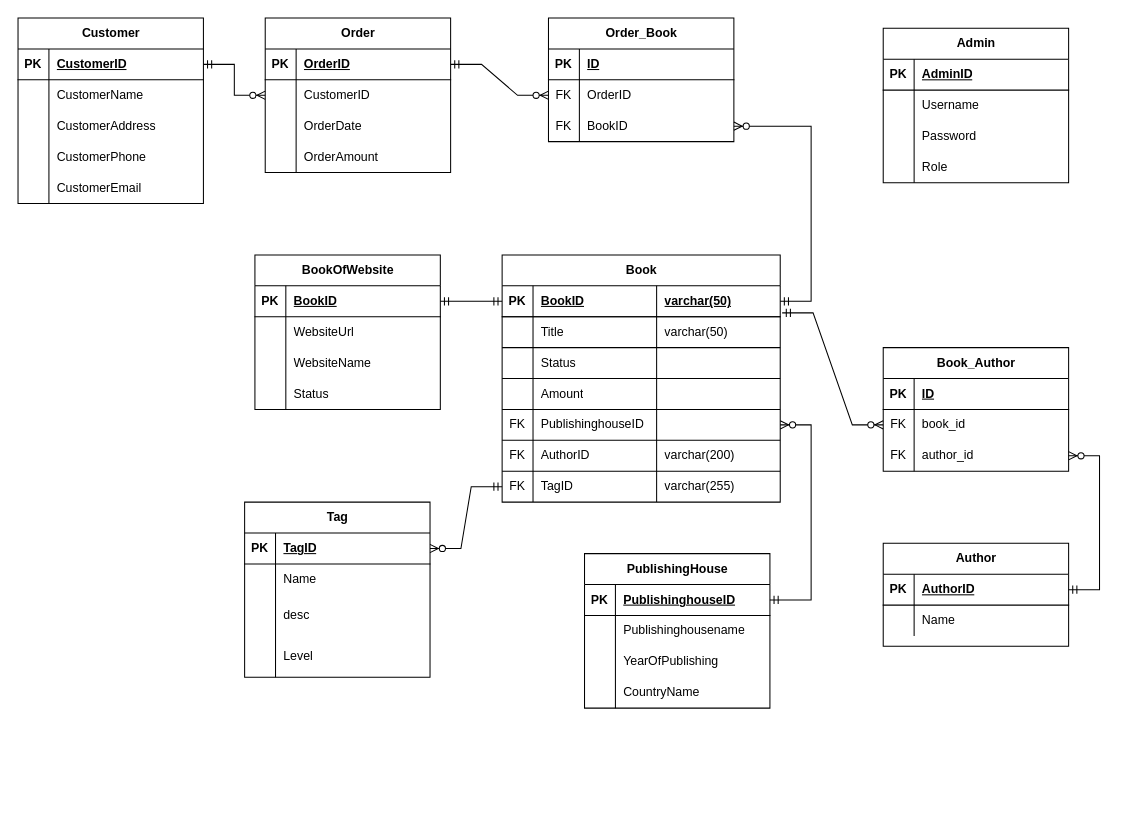
datnn1806/JavaBasic keeps this draw.io diagram as project/ERD/BookStore.drawio. Above is the earlier version. Source tidied: cells renumbered, new cells numbered last; positions are measured from the earlier drawing's top-left corner, leaving out a move shared by most shapes. Both pictures are drawn from the tidied source at 103%, with x=0, y=0 at pixel (18, 18).
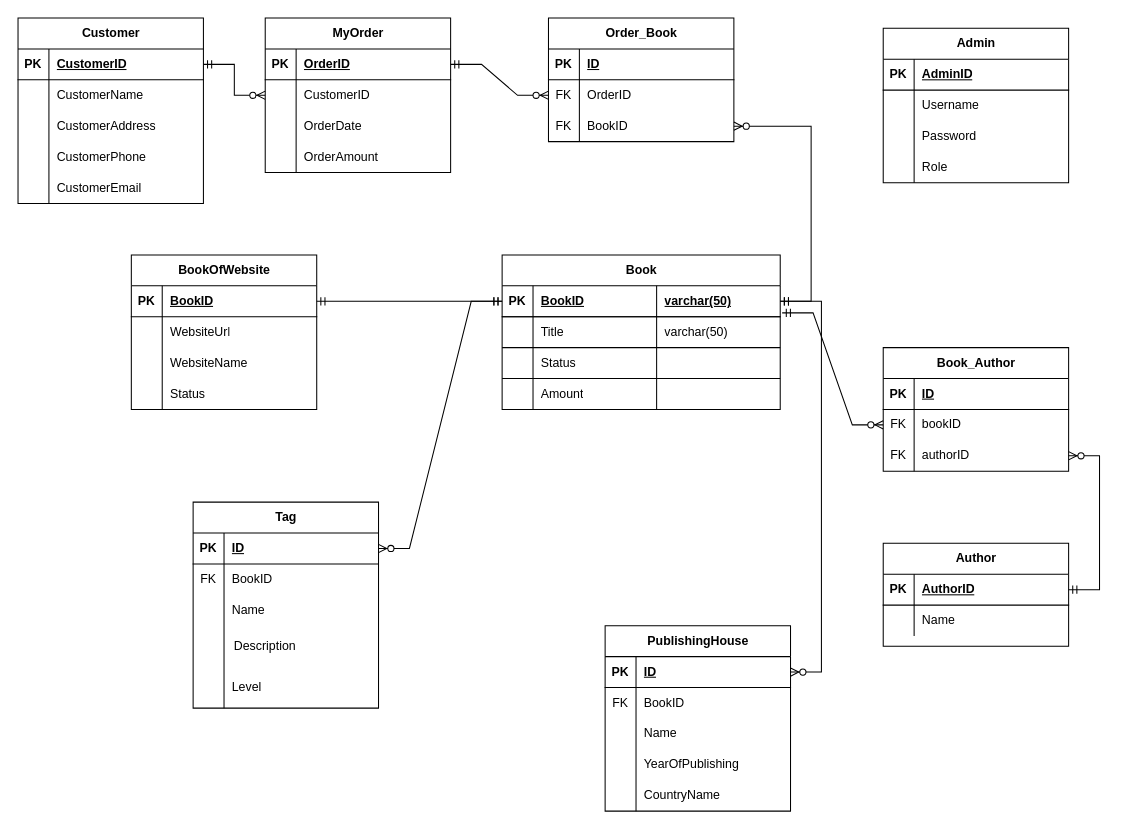
After the change.

Unchanged cells that the change refers to:
```xml
<mxCell id="3" style="shape=tableRow;horizontal=0;startSize=0;swimlaneHead=0;swimlaneBody=0;fillColor=none;points=[[0,0.5],[1,0.5]];portConstraint=eastwest;top=0;left=0;right=0;bottom=1;labelBackgroundColor=none;" parent="2" vertex="1">
  <mxGeometry y="30" width="180" height="30" as="geometry" />
</mxCell>
<mxCell id="29" style="shape=tableRow;horizontal=0;startSize=0;swimlaneHead=0;swimlaneBody=0;fillColor=none;points=[[0,0.5],[1,0.5]];portConstraint=eastwest;top=0;left=0;right=0;bottom=1;labelBackgroundColor=none;" parent="28" vertex="1">
  <mxGeometry y="30" width="270" height="30" as="geometry" />
</mxCell>
<mxCell id="65" style="shape=tableRow;horizontal=0;startSize=0;swimlaneHead=0;swimlaneBody=0;fillColor=none;points=[[0,0.5],[1,0.5]];portConstraint=eastwest;top=0;left=0;right=0;bottom=1;labelBackgroundColor=none;" parent="64" vertex="1">
  <mxGeometry y="30" width="180" height="30" as="geometry" />
</mxCell>
<mxCell id="95" style="shape=tableRow;horizontal=0;startSize=0;swimlaneHead=0;swimlaneBody=0;fillColor=none;points=[[0,0.5],[1,0.5]];portConstraint=eastwest;top=0;left=0;right=0;bottom=0;" parent="91" vertex="1">
  <mxGeometry y="60" width="180" height="30" as="geometry" />
</mxCell>
<mxCell id="98" style="shape=tableRow;horizontal=0;startSize=0;swimlaneHead=0;swimlaneBody=0;fillColor=none;points=[[0,0.5],[1,0.5]];portConstraint=eastwest;top=0;left=0;right=0;bottom=0;" parent="91" vertex="1">
  <mxGeometry y="90" width="180" height="30" as="geometry" />
</mxCell>
```

Diff of the diagram source:
```diff
@@
     <mxCell id="2" value="Tag" style="shape=table;startSize=30;childLayout=tableLayout;rowLines=0;fontStyle=1;align=center;html=1;resizeLastRow=0;labelBackgroundColor=none;" parent="1" vertex="1">
-      <mxGeometry x="220" y="470" width="180" height="170" as="geometry" />
+      <mxGeometry x="170" y="470" width="180" height="200" as="geometry" />
     </mxCell>
@@
-    <mxCell id="5" value="TagID" style="shape=partialRectangle;fillColor=none;top=0;left=0;bottom=0;right=0;align=left;spacingLeft=6;fontStyle=5;overflow=hidden;whiteSpace=wrap;html=1;labelBackgroundColor=none;" parent="3" vertex="1">
+    <mxCell id="5" value="ID" style="shape=partialRectangle;fillColor=none;top=0;left=0;bottom=0;right=0;align=left;spacingLeft=6;fontStyle=5;overflow=hidden;whiteSpace=wrap;html=1;labelBackgroundColor=none;" parent="3" vertex="1">
       <mxGeometry x="30" width="150" height="30" as="geometry" />
     </mxCell>
+    <mxCell id="147" style="shape=tableRow;horizontal=0;startSize=0;swimlaneHead=0;swimlaneBody=0;fillColor=none;top=0;left=0;right=0;bottom=0;labelBackgroundColor=none;" parent="2" vertex="1">
+      <mxGeometry y="60" width="180" height="30" as="geometry" />
+    </mxCell>
+    <mxCell id="148" value="FK" style="shape=partialRectangle;fillColor=none;top=0;left=0;bottom=0;right=0;overflow=hidden;whiteSpace=wrap;html=1;labelBackgroundColor=none;" parent="147" vertex="1">
+      <mxGeometry width="30" height="30" as="geometry" />
+    </mxCell>
+    <mxCell id="149" value="BookID" style="shape=partialRectangle;fillColor=none;top=0;left=0;bottom=0;right=0;align=left;spacingLeft=6;overflow=hidden;whiteSpace=wrap;html=1;labelBackgroundColor=none;" parent="147" vertex="1">
+      <mxGeometry x="30" width="150" height="30" as="geometry" />
+    </mxCell>
     <mxCell id="6" style="shape=tableRow;horizontal=0;startSize=0;swimlaneHead=0;swimlaneBody=0;fillColor=none;top=0;left=0;right=0;bottom=0;labelBackgroundColor=none;" parent="2" vertex="1">
-      <mxGeometry y="60" width="180" height="30" as="geometry" />
+      <mxGeometry y="90" width="180" height="30" as="geometry" />
     </mxCell>
@@
     <mxCell id="9" style="shape=tableRow;horizontal=0;startSize=0;swimlaneHead=0;swimlaneBody=0;fillColor=none;top=0;left=0;right=0;bottom=0;labelBackgroundColor=none;" parent="2" vertex="1">
-      <mxGeometry y="90" width="180" height="40" as="geometry" />
+      <mxGeometry y="120" width="180" height="40" as="geometry" />
     </mxCell>
@@
-    <mxCell id="11" value="desc" style="shape=partialRectangle;fillColor=none;top=0;left=0;bottom=0;right=0;align=left;spacingLeft=6;overflow=hidden;whiteSpace=wrap;html=1;labelBackgroundColor=none;" parent="9" vertex="1">
+    <mxCell id="11" value="&lt;div style=&quot;background-color:#ffffff;padding-left:2px;padding-top:0px;padding-right:0px;padding-bottom:0px;&quot;&gt;Description&lt;/div&gt;" style="shape=partialRectangle;fillColor=none;top=0;left=0;bottom=0;right=0;align=left;spacingLeft=6;overflow=hidden;whiteSpace=wrap;html=1;labelBackgroundColor=none;" parent="9" vertex="1">
       <mxGeometry x="30" width="150" height="40" as="geometry" />
     </mxCell>
     <mxCell id="12" style="shape=tableRow;horizontal=0;startSize=0;swimlaneHead=0;swimlaneBody=0;fillColor=none;top=0;left=0;right=0;bottom=0;labelBackgroundColor=none;" parent="2" vertex="1">
-      <mxGeometry y="130" width="180" height="40" as="geometry" />
+      <mxGeometry y="160" width="180" height="40" as="geometry" />
     </mxCell>
@@
     <mxCell id="28" value="Book" style="shape=table;startSize=30;childLayout=tableLayout;rowLines=1;fontStyle=1;align=center;html=1;rounded=0;columnLines=1;labelBackgroundColor=none;" parent="1" vertex="1">
-      <mxGeometry x="470" y="230" width="270" height="240" as="geometry" />
+      <mxGeometry x="470" y="230" width="270" height="150" as="geometry" />
     </mxCell>
@@
-    <mxCell id="45" style="shape=tableRow;horizontal=0;startSize=0;swimlaneHead=0;swimlaneBody=0;fillColor=none;points=[[0,0.5],[1,0.5]];portConstraint=eastwest;top=0;left=0;right=0;bottom=0;labelBackgroundColor=none;" parent="28" vertex="1">
-      <mxGeometry y="150" width="270" height="30" as="geometry" />
-    </mxCell>
-    <mxCell id="46" value="FK" style="shape=partialRectangle;fillColor=none;top=0;left=0;bottom=0;right=0;overflow=hidden;whiteSpace=wrap;html=1;labelBackgroundColor=none;" parent="45" vertex="1">
-      <mxGeometry width="30" height="30" as="geometry" />
-    </mxCell>
-    <mxCell id="47" value="PublishinghouseID" style="shape=partialRectangle;fillColor=none;top=0;left=0;bottom=0;right=0;align=left;spacingLeft=6;overflow=hidden;whiteSpace=wrap;html=1;labelBackgroundColor=none;" parent="45" vertex="1">
-      <mxGeometry x="30" width="120" height="30" as="geometry" />
-    </mxCell>
-    <mxCell id="48" style="shape=partialRectangle;fillColor=none;top=0;left=0;bottom=0;right=0;align=left;spacingLeft=6;overflow=hidden;whiteSpace=wrap;html=1;labelBackgroundColor=none;" parent="45" vertex="1">
-      <mxGeometry x="150" width="120" height="30" as="geometry" />
-    </mxCell>
-    <mxCell id="49" style="shape=tableRow;horizontal=0;startSize=0;swimlaneHead=0;swimlaneBody=0;fillColor=none;top=0;left=0;right=0;bottom=0;labelBackgroundColor=none;" parent="28" vertex="1">
-      <mxGeometry y="180" width="270" height="30" as="geometry" />
-    </mxCell>
-    <mxCell id="50" value="FK" style="shape=partialRectangle;fillColor=none;top=0;left=0;bottom=0;right=0;overflow=hidden;whiteSpace=wrap;html=1;labelBackgroundColor=none;" parent="49" vertex="1">
-      <mxGeometry width="30" height="30" as="geometry" />
-    </mxCell>
-    <mxCell id="51" value="AuthorID" style="shape=partialRectangle;fillColor=none;top=0;left=0;bottom=0;right=0;align=left;spacingLeft=6;overflow=hidden;whiteSpace=wrap;html=1;labelBackgroundColor=none;" parent="49" vertex="1">
-      <mxGeometry x="30" width="120" height="30" as="geometry" />
-    </mxCell>
-    <mxCell id="52" value="varchar(200)" style="shape=partialRectangle;fillColor=none;top=0;left=0;bottom=0;right=0;align=left;spacingLeft=6;overflow=hidden;whiteSpace=wrap;html=1;labelBackgroundColor=none;" parent="49" vertex="1">
-      <mxGeometry x="150" width="120" height="30" as="geometry" />
-    </mxCell>
-    <mxCell id="53" style="shape=tableRow;horizontal=0;startSize=0;swimlaneHead=0;swimlaneBody=0;fillColor=none;points=[[0,0.5],[1,0.5]];portConstraint=eastwest;top=0;left=0;right=0;bottom=0;labelBackgroundColor=none;" parent="28" vertex="1">
-      <mxGeometry y="210" width="270" height="30" as="geometry" />
-    </mxCell>
-    <mxCell id="54" value="FK" style="shape=partialRectangle;fillColor=none;top=0;left=0;bottom=0;right=0;overflow=hidden;whiteSpace=wrap;html=1;labelBackgroundColor=none;" parent="53" vertex="1">
-      <mxGeometry width="30" height="30" as="geometry" />
-    </mxCell>
-    <mxCell id="55" value="TagID" style="shape=partialRectangle;fillColor=none;top=0;left=0;bottom=0;right=0;align=left;spacingLeft=6;overflow=hidden;whiteSpace=wrap;html=1;labelBackgroundColor=none;" parent="53" vertex="1">
-      <mxGeometry x="30" width="120" height="30" as="geometry" />
-    </mxCell>
-    <mxCell id="56" value="varchar(255)" style="shape=partialRectangle;fillColor=none;top=0;left=0;bottom=0;right=0;align=left;spacingLeft=6;overflow=hidden;whiteSpace=wrap;html=1;labelBackgroundColor=none;" parent="53" vertex="1">
-      <mxGeometry x="150" width="120" height="30" as="geometry" />
-    </mxCell>
@@
     <mxCell id="64" value="PublishingHouse" style="shape=table;startSize=30;childLayout=tableLayout;rowLines=0;fontStyle=1;align=center;html=1;labelBackgroundColor=none;" parent="1" vertex="1">
-      <mxGeometry x="550" y="520" width="180" height="150" as="geometry" />
+      <mxGeometry x="570" y="590" width="180" height="180" as="geometry" />
     </mxCell>
@@
-    <mxCell id="67" value="PublishinghouseID" style="shape=partialRectangle;fillColor=none;top=0;left=0;bottom=0;right=0;align=left;spacingLeft=6;fontStyle=5;overflow=hidden;whiteSpace=wrap;html=1;labelBackgroundColor=none;" parent="65" vertex="1">
+    <mxCell id="67" value="ID" style="shape=partialRectangle;fillColor=none;top=0;left=0;bottom=0;right=0;align=left;spacingLeft=6;fontStyle=5;overflow=hidden;whiteSpace=wrap;html=1;labelBackgroundColor=none;" parent="65" vertex="1">
       <mxGeometry x="30" width="150" height="30" as="geometry" />
     </mxCell>
+    <mxCell id="150" style="shape=tableRow;horizontal=0;startSize=0;swimlaneHead=0;swimlaneBody=0;fillColor=none;top=0;left=0;right=0;bottom=0;labelBackgroundColor=none;" parent="64" vertex="1">
+      <mxGeometry y="60" width="180" height="30" as="geometry" />
+    </mxCell>
+    <mxCell id="151" value="FK" style="shape=partialRectangle;fillColor=none;top=0;left=0;bottom=0;right=0;overflow=hidden;whiteSpace=wrap;html=1;labelBackgroundColor=none;" parent="150" vertex="1">
+      <mxGeometry width="30" height="30" as="geometry" />
+    </mxCell>
+    <mxCell id="152" value="BookID" style="shape=partialRectangle;fillColor=none;top=0;left=0;bottom=0;right=0;align=left;spacingLeft=6;overflow=hidden;whiteSpace=wrap;html=1;labelBackgroundColor=none;" parent="150" vertex="1">
+      <mxGeometry x="30" width="150" height="30" as="geometry" />
+    </mxCell>
     <mxCell id="68" style="shape=tableRow;horizontal=0;startSize=0;swimlaneHead=0;swimlaneBody=0;fillColor=none;top=0;left=0;right=0;bottom=0;labelBackgroundColor=none;" parent="64" vertex="1">
-      <mxGeometry y="60" width="180" height="30" as="geometry" />
+      <mxGeometry y="90" width="180" height="30" as="geometry" />
     </mxCell>
@@
-    <mxCell id="70" value="Publishinghousename" style="shape=partialRectangle;fillColor=none;top=0;left=0;bottom=0;right=0;align=left;spacingLeft=6;overflow=hidden;whiteSpace=wrap;html=1;labelBackgroundColor=none;" parent="68" vertex="1">
+    <mxCell id="70" value="Name" style="shape=partialRectangle;fillColor=none;top=0;left=0;bottom=0;right=0;align=left;spacingLeft=6;overflow=hidden;whiteSpace=wrap;html=1;labelBackgroundColor=none;" parent="68" vertex="1">
       <mxGeometry x="30" width="150" height="30" as="geometry" />
     </mxCell>
     <mxCell id="71" style="shape=tableRow;horizontal=0;startSize=0;swimlaneHead=0;swimlaneBody=0;fillColor=none;top=0;left=0;right=0;bottom=0;labelBackgroundColor=none;" parent="64" vertex="1">
-      <mxGeometry y="90" width="180" height="30" as="geometry" />
+      <mxGeometry y="120" width="180" height="30" as="geometry" />
     </mxCell>
@@
     <mxCell id="74" style="shape=tableRow;horizontal=0;startSize=0;swimlaneHead=0;swimlaneBody=0;fillColor=none;top=0;left=0;right=0;bottom=0;labelBackgroundColor=none;" parent="64" vertex="1">
-      <mxGeometry y="120" width="180" height="30" as="geometry" />
+      <mxGeometry y="150" width="180" height="30" as="geometry" />
     </mxCell>
@@
     <mxCell id="77" value="BookOfWebsite" style="shape=table;startSize=30;childLayout=tableLayout;rowLines=0;fontStyle=1;align=center;html=1;labelBackgroundColor=none;" parent="1" vertex="1">
-      <mxGeometry x="230" y="230" width="180" height="150" as="geometry" />
+      <mxGeometry x="110" y="230" width="180" height="150" as="geometry" />
     </mxCell>
@@
-    <mxCell id="97" value="book_id" style="shape=partialRectangle;fillColor=none;top=0;left=0;bottom=0;right=0;align=left;spacingLeft=6;overflow=hidden;whiteSpace=wrap;html=1;" parent="95" vertex="1">
+    <mxCell id="97" value="bookID" style="shape=partialRectangle;fillColor=none;top=0;left=0;bottom=0;right=0;align=left;spacingLeft=6;overflow=hidden;whiteSpace=wrap;html=1;" parent="95" vertex="1">
       <mxGeometry x="30" width="150" height="30" as="geometry" />
     </mxCell>
@@
-    <mxCell id="100" value="author_id" style="shape=partialRectangle;fillColor=none;top=0;left=0;bottom=0;right=0;align=left;spacingLeft=6;overflow=hidden;whiteSpace=wrap;html=1;" parent="98" vertex="1">
+    <mxCell id="100" value="authorID" style="shape=partialRectangle;fillColor=none;top=0;left=0;bottom=0;right=0;align=left;spacingLeft=6;overflow=hidden;whiteSpace=wrap;html=1;" parent="98" vertex="1">
       <mxGeometry x="30" width="150" height="30" as="geometry" />
     </mxCell>
-    <mxCell id="101" value="Order" style="shape=table;startSize=30;childLayout=tableLayout;rowLines=0;fontStyle=1;align=center;html=1;" parent="1" vertex="1">
+    <mxCell id="101" value="MyOrder" style="shape=table;startSize=30;childLayout=tableLayout;rowLines=0;fontStyle=1;align=center;html=1;" parent="1" vertex="1">
       <mxGeometry x="240" width="180" height="150" as="geometry" />
     </mxCell>
@@
-    <mxCell id="143" style="edgeStyle=entityRelationEdgeStyle;fontSize=12;html=1;endArrow=ERzeroToMany;startArrow=ERmandOne;rounded=0;exitX=0;exitY=0.5;exitDx=0;exitDy=0;" parent="1" edge="1" source="53" target="3">
+    <mxCell id="143" style="edgeStyle=entityRelationEdgeStyle;fontSize=12;html=1;endArrow=ERzeroToMany;startArrow=ERmandOne;rounded=0;" parent="1" edge="1" source="29" target="3">
       <mxGeometry relative="1" as="geometry" />
     </mxCell>
@@
-    <mxCell id="146" style="edgeStyle=entityRelationEdgeStyle;fontSize=12;html=1;endArrow=ERzeroToMany;startArrow=ERmandOne;rounded=0;exitX=1;exitY=0.5;exitDx=0;exitDy=0;" parent="1" edge="1" source="65" target="45">
-      <mxGeometry relative="1" as="geometry" />
-    </mxCell>
+    <mxCell id="153" style="edgeStyle=entityRelationEdgeStyle;fontSize=12;html=1;endArrow=ERzeroToMany;startArrow=ERmandOne;rounded=0;exitX=1;exitY=0.5;exitDx=0;exitDy=0;" parent="1" edge="1" source="29" target="65">
+      <mxGeometry relative="1" as="geometry" />
+    </mxCell>
```
